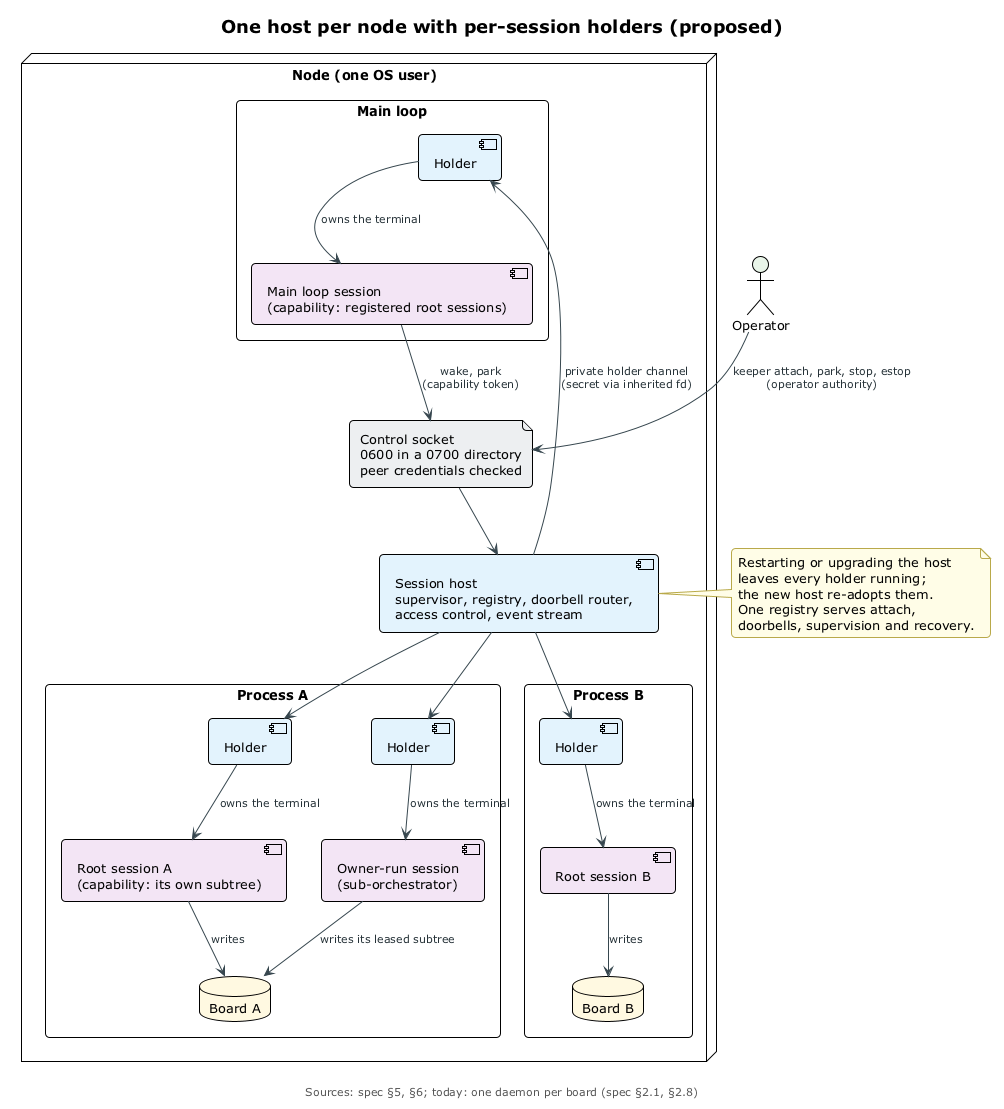
Earlier version of the PlantUML export diagrams/artefacts/plantuml/one-host-per-node.png (relux-works/agent-session-host). Source of this version:
```plantuml
@startuml one-host-per-node
!include ../_includes/theme.puml

title One host per node with per-session holders (proposed)

actor "Operator" as OP $PERSON

node "Node (one OS user)" {
  component "Session host\nsupervisor, registry, doorbell router,\naccess control, event stream" as HOST $SERVICE
  file "Control socket\n0600 in a 0700 directory\npeer credentials checked" as SOCK $PRIVATE

  rectangle "Main loop" as ML {
    component "Holder" as H0 $SERVICE
    component "Main loop session\n(capability: registered root sessions)" as S0 $AGENT
  }
  rectangle "Process A" as PA {
    component "Holder" as H1 $SERVICE
    component "Root session A\n(capability: its own subtree)" as S1 $AGENT
    component "Holder" as H1b $SERVICE
    component "Owner-run session\n(sub-orchestrator)" as S1b $AGENT
    database "Board A" as B1 $COMMITTED
  }
  rectangle "Process B" as PB {
    component "Holder" as H2 $SERVICE
    component "Root session B" as S2 $AGENT
    database "Board B" as B2 $COMMITTED
  }
}

OP --> SOCK : keeper attach, park, stop, estop\n(operator authority)
S0 --> SOCK : wake, park\n(capability token)
SOCK --> HOST
HOST --> H0 : private holder channel\n(secret via inherited fd)
HOST --> H1
HOST --> H1b
HOST --> H2
H0 --> S0 : owns the terminal
H1 --> S1 : owns the terminal
H1b --> S1b : owns the terminal
H2 --> S2 : owns the terminal
S1 --> B1 : writes
S1b --> B1 : writes its leased subtree
S2 --> B2 : writes

note right of HOST
  Restarting or upgrading the host
  leaves every holder running;
  the new host re-adopts them.
  One registry serves attach,
  doorbells, supervision and recovery.
end note

caption Sources: spec §5, §6; today: one daemon per board (spec §2.1, §2.8)
@enduml
```
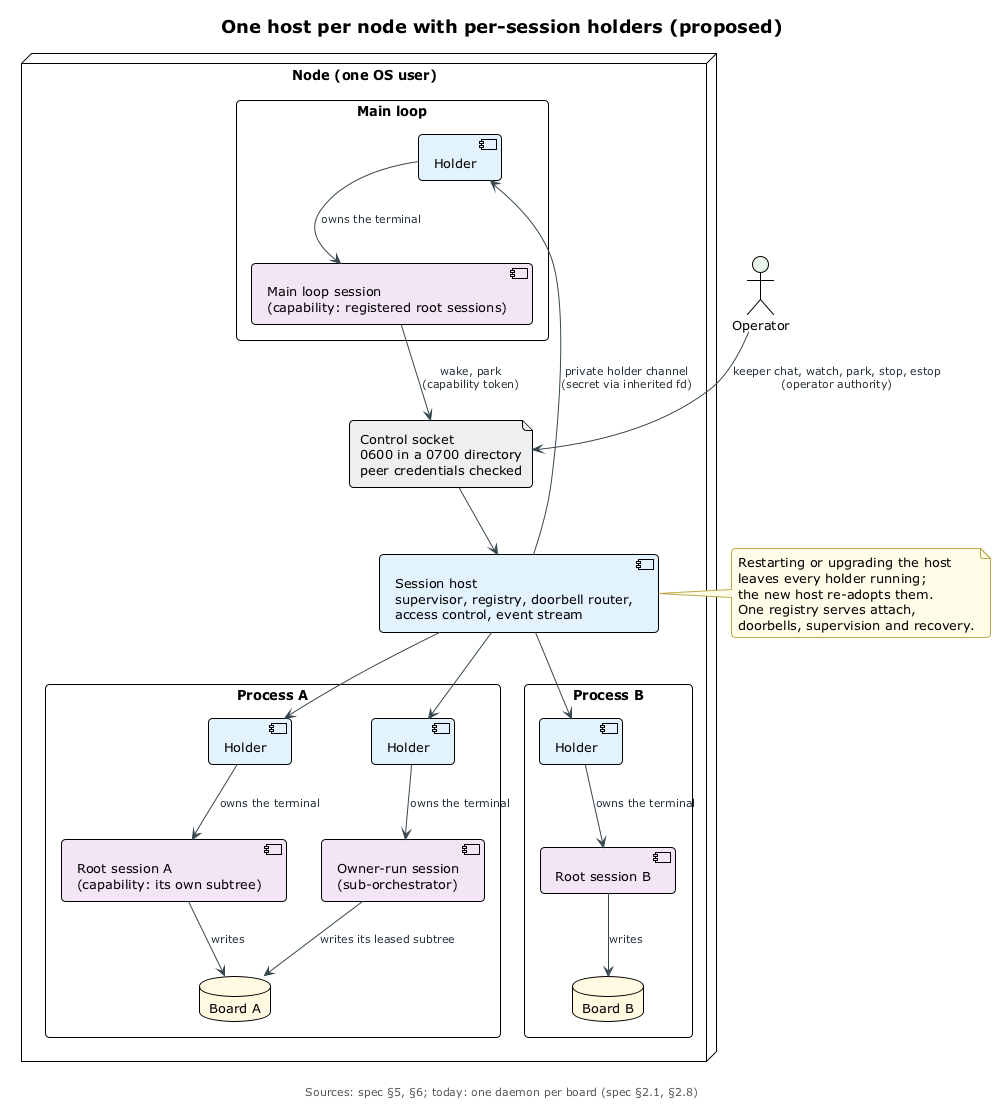
After the change.

Commit message:
Session host: specification draft v0.2

What changed in the source:
```diff
@@ -27,7 +27,7 @@
   }
 }
 
-OP --> SOCK : keeper attach, park, stop, estop\n(operator authority)
+OP --> SOCK : keeper chat, watch, park, stop, estop\n(operator authority)
 S0 --> SOCK : wake, park\n(capability token)
 SOCK --> HOST
 HOST --> H0 : private holder channel\n(secret via inherited fd)
```
